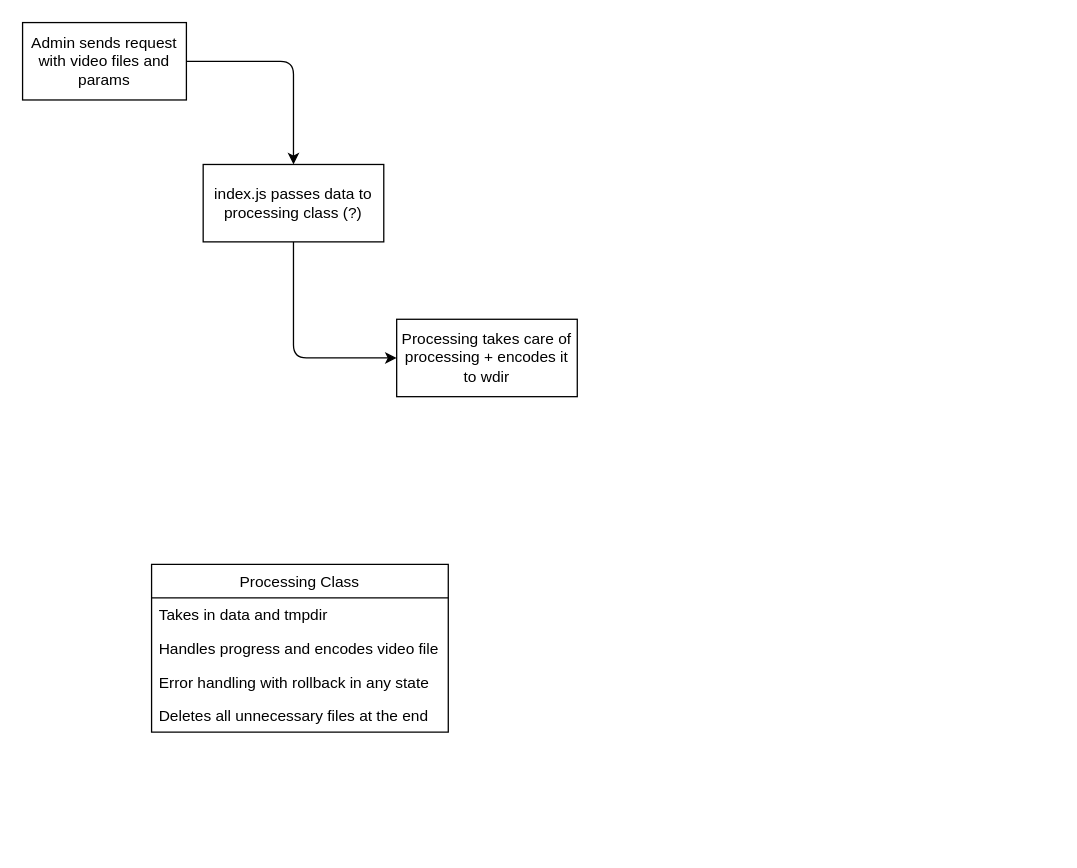
Before: routes/admin/videos/.drawio in neinkopp/vuBase-api, a draw.io diagram. Source tidied: cells renumbered, new cells numbered last; positions are measured from the earlier drawing's top-left corner, leaving out a move shared by most shapes. Both pictures are drawn from the tidied source at 129%, with x=0, y=0 at pixel (22, 22).
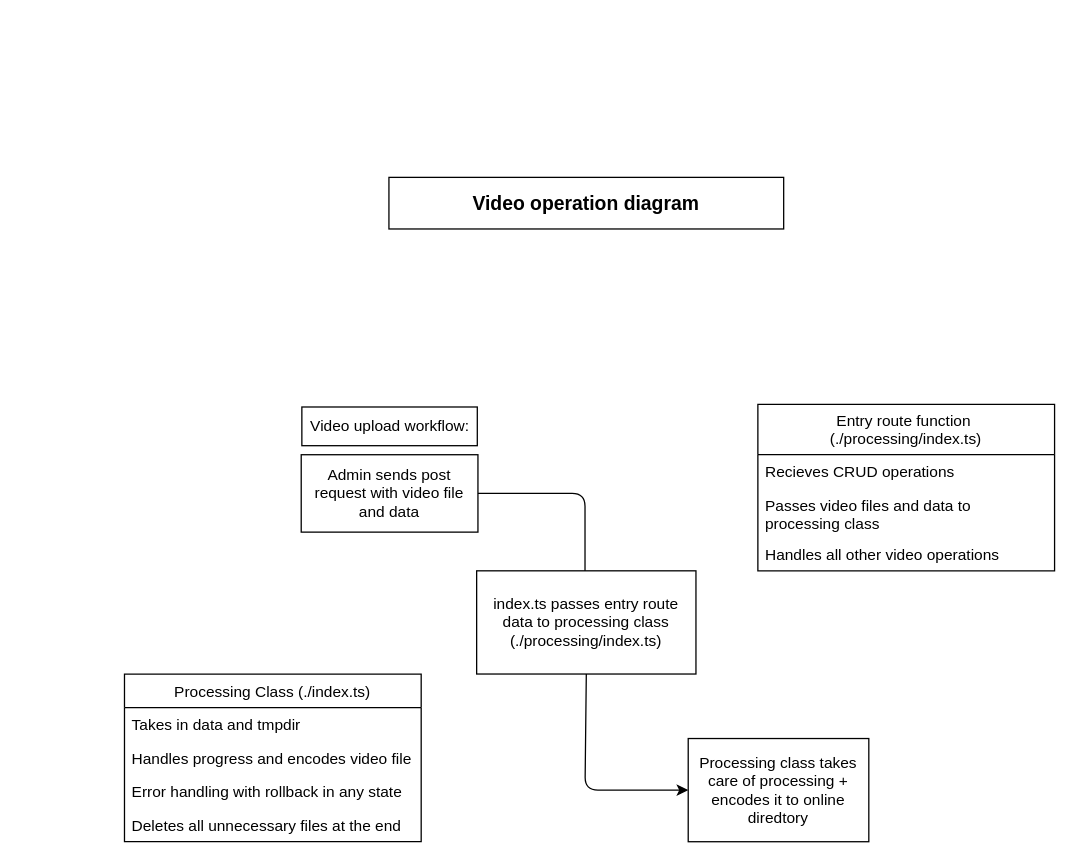
Above is the later version.

Diff of the diagram source:
```diff
@@
-    <mxCell id="2" value="Admin sends request with video files and params" style="rounded=0;whiteSpace=wrap;html=1;" parent="1" vertex="1">
-      <mxGeometry width="127" height="60" as="geometry" />
+    <mxCell id="2" value="Admin sends post request with video file and data" style="rounded=0;whiteSpace=wrap;html=1;" parent="1" vertex="1">
+      <mxGeometry x="216" y="335" width="137" height="60" as="geometry" />
     </mxCell>
     <mxCell id="3" style="endArrow=classic;html=1;exitX=1;exitY=0.5;exitDx=0;exitDy=0;" parent="1" edge="1" source="2">
       <mxGeometry relative="1" as="geometry">
-        <mxPoint x="210" y="110" as="targetPoint" />
+        <mxPoint x="436" y="445" as="targetPoint" />
         <Array as="points">
-          <mxPoint x="210" y="30" />
+          <mxPoint x="436" y="365" />
         </Array>
       </mxGeometry>
     </mxCell>
-    <mxCell id="4" value="index.js passes data to processing class (?)" style="rounded=0;whiteSpace=wrap;html=1;" parent="1" vertex="1">
-      <mxGeometry x="140" y="110" width="140" height="60" as="geometry" />
+    <mxCell id="4" value="index.ts passes entry route data to processing class (./processing/index.ts)" style="rounded=0;whiteSpace=wrap;html=1;" parent="1" vertex="1">
+      <mxGeometry x="352" y="425" width="170" height="80" as="geometry" />
     </mxCell>
-    <mxCell id="5" value="Processing takes care of processing + encodes it to wdir" style="rounded=0;whiteSpace=wrap;html=1;" parent="1" vertex="1">
-      <mxGeometry x="290" y="230" width="140" height="60" as="geometry" />
+    <mxCell id="5" value="Processing class takes care of processing + encodes it to online diredtory" style="rounded=0;whiteSpace=wrap;html=1;" parent="1" vertex="1">
+      <mxGeometry x="516" y="555" width="140" height="80" as="geometry" />
     </mxCell>
     <mxCell id="6" style="endArrow=classic;html=1;exitX=0.5;exitY=1;exitDx=0;exitDy=0;entryX=0;entryY=0.5;entryDx=0;entryDy=0;" parent="1" edge="1" source="4" target="5">
       <mxGeometry relative="1" as="geometry">
         <Array as="points">
-          <mxPoint x="210" y="260" />
+          <mxPoint x="436" y="595" />
         </Array>
       </mxGeometry>
     </mxCell>
-    <mxCell id="7" value="Processing Class" style="swimlane;fontStyle=0;horizontal=1;startSize=26;fillColor=none;" parent="1" vertex="1">
-      <mxGeometry x="100" y="420" width="230" height="130" as="geometry" />
+    <mxCell id="7" value="Processing Class (./index.ts)" style="swimlane;fontStyle=0;horizontal=1;startSize=26;fillColor=none;" parent="1" vertex="1">
+      <mxGeometry x="79" y="505" width="230" height="130" as="geometry" />
     </mxCell>
@@
+    <mxCell id="12" value="Entry route function &#10;(./processing/index.ts)" style="swimlane;fontStyle=0;horizontal=1;startSize=39;fillColor=none;" parent="1" vertex="1">
+      <mxGeometry x="570" y="296" width="230" height="129" as="geometry" />
+    </mxCell>
+    <mxCell id="13" value="Recieves CRUD operations" style="text;strokeColor=none;fillColor=none;align=left;verticalAlign=top;spacingLeft=4;spacingRight=4;overflow=hidden;" parent="12" vertex="1">
+      <mxGeometry y="39" width="230" height="26" as="geometry" />
+    </mxCell>
+    <mxCell id="14" value="Passes video files and data to &#10;processing class " style="text;strokeColor=none;fillColor=none;align=left;verticalAlign=top;spacingLeft=4;spacingRight=4;overflow=hidden;" parent="12" vertex="1">
+      <mxGeometry y="65" width="230" height="38" as="geometry" />
+    </mxCell>
+    <mxCell id="15" value="Handles all other video operations" style="text;strokeColor=none;fillColor=none;align=left;verticalAlign=top;spacingLeft=4;spacingRight=4;overflow=hidden;" parent="12" vertex="1">
+      <mxGeometry y="103" width="230" height="26" as="geometry" />
+    </mxCell>
+    <mxCell id="16" value="Video upload workflow:" style="rounded=0;whiteSpace=wrap;html=1;" parent="1" vertex="1">
+      <mxGeometry x="216.5" y="298" width="136" height="30" as="geometry" />
+    </mxCell>
+    <mxCell id="17" value="&lt;font size=&quot;1&quot;&gt;&lt;b style=&quot;font-size: 15px&quot;&gt;Video operation diagram&lt;/b&gt;&lt;/font&gt;" style="rounded=0;whiteSpace=wrap;html=1;" parent="1" vertex="1">
+      <mxGeometry x="284" y="120" width="306" height="40" as="geometry" />
+    </mxCell>
```
